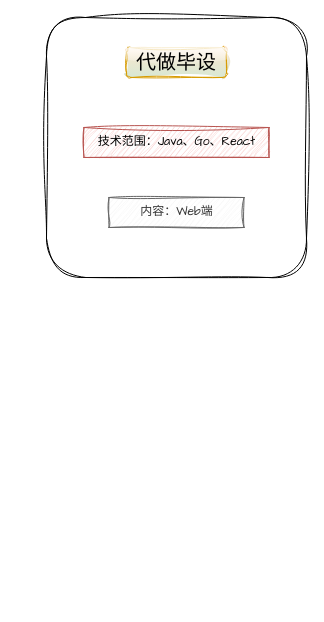
Above: page "第 1 页" (1 of 2) of lottery-note/small-pay-mall.drawio in mynxg/draw-io-to-github (draw.io), before the change. Source tidied: cells renumbered, new cells numbered last; positions are measured from the earlier drawing's top-left corner, leaving out a move shared by most shapes. Both pictures are drawn from the tidied source at 100%, with x=0, y=0 at pixel (46, 17).
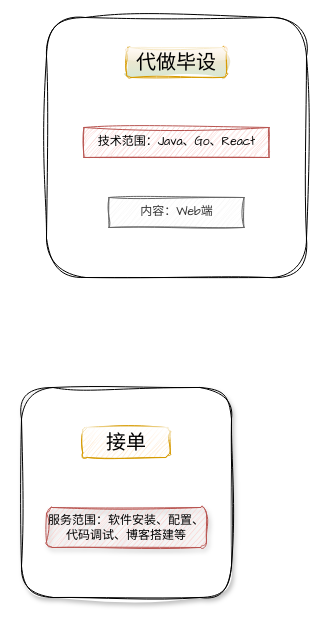
The same page after the edit.

The edit, as a diff of the source:
```diff
@@
 <mxGraphModel>
   <root>
     <mxCell id="0" />
     <mxCell id="1" parent="0" />
     <mxCell id="2" style="whiteSpace=wrap;html=1;rounded=1;glass=0;sketch=1;curveFitting=1;jiggle=2;" parent="1" vertex="1">
       <mxGeometry width="260" height="260" as="geometry" />
     </mxCell>
     <mxCell id="3" value="代做毕设" style="text;html=1;align=center;verticalAlign=middle;whiteSpace=wrap;rounded=1;fillColor=#ffe6cc;strokeColor=#d79b00;fontSize=20;gradientColor=#D5E8D4;glass=1;sketch=1;curveFitting=1;jiggle=2;shadow=0;fontFamily=Comic Sans MS;" parent="1" vertex="1">
       <mxGeometry x="80" y="30" width="100" height="30" as="geometry" />
     </mxCell>
     <mxCell id="4" value="技术范围：Java、Go、React" style="text;html=1;align=center;verticalAlign=middle;whiteSpace=wrap;rounded=0;fillColor=#f8cecc;strokeColor=#b85450;sketch=1;curveFitting=1;jiggle=2;fontFamily=Comic Sans MS;" parent="1" vertex="1">
       <mxGeometry x="37.5" y="110" width="185" height="30" as="geometry" />
     </mxCell>
     <mxCell id="5" value="内容：Web端" style="text;html=1;align=center;verticalAlign=middle;whiteSpace=wrap;rounded=0;fillColor=#f5f5f5;fontColor=#333333;strokeColor=#666666;sketch=1;curveFitting=1;jiggle=2;fontFamily=Comic Sans MS;" parent="1" vertex="1">
       <mxGeometry x="62.5" y="180" width="135" height="30" as="geometry" />
     </mxCell>
+    <mxCell id="6" style="whiteSpace=wrap;html=1;sketch=1;curveFitting=1;jiggle=2;rounded=1;shadow=1;" parent="1" vertex="1">
+      <mxGeometry x="-25" y="370" width="210" height="210" as="geometry" />
+    </mxCell>
+    <mxCell id="7" value="&lt;font style=&quot;font-size: 20px;&quot; face=&quot;Comic Sans MS&quot;&gt;接单&lt;/font&gt;" style="text;html=1;align=center;verticalAlign=middle;whiteSpace=wrap;rounded=1;fillColor=#ffe6cc;strokeColor=#d79b00;sketch=1;curveFitting=1;jiggle=2;glass=1;" parent="1" vertex="1">
+      <mxGeometry x="36.2" y="410" width="87.5" height="30" as="geometry" />
+    </mxCell>
+    <mxCell id="8" value="服务范围：软件安装、配置、代码调试、博客搭建等" style="text;html=1;align=center;verticalAlign=middle;whiteSpace=wrap;rounded=1;fillColor=#f8cecc;strokeColor=#b85450;sketch=1;curveFitting=1;jiggle=2;shadow=1;glass=0;" parent="1" vertex="1">
+      <mxGeometry y="490" width="160" height="40" as="geometry" />
+    </mxCell>
   </root>
 </mxGraphModel>
```
